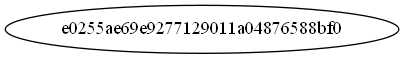
The Graphviz diagram Viajes.png in dani3l8200/EDD_PROYECTO2_201801364_201807100, before a commit. Its source is kept beside it as Viajes.dot.
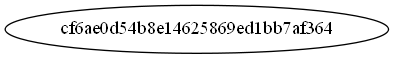
Later version of the same file.

Diff of the diagram source:
```diff
@@ -1,5 +1,5 @@
 digraph D {
 
-	 BCe0255ae69e9277129011a04876588bf0[label="e0255ae69e9277129011a04876588bf0"]
+	 BCcf6ae0d54b8e14625869ed1bb7af364[label="cf6ae0d54b8e14625869ed1bb7af364"]
 
 }
```
